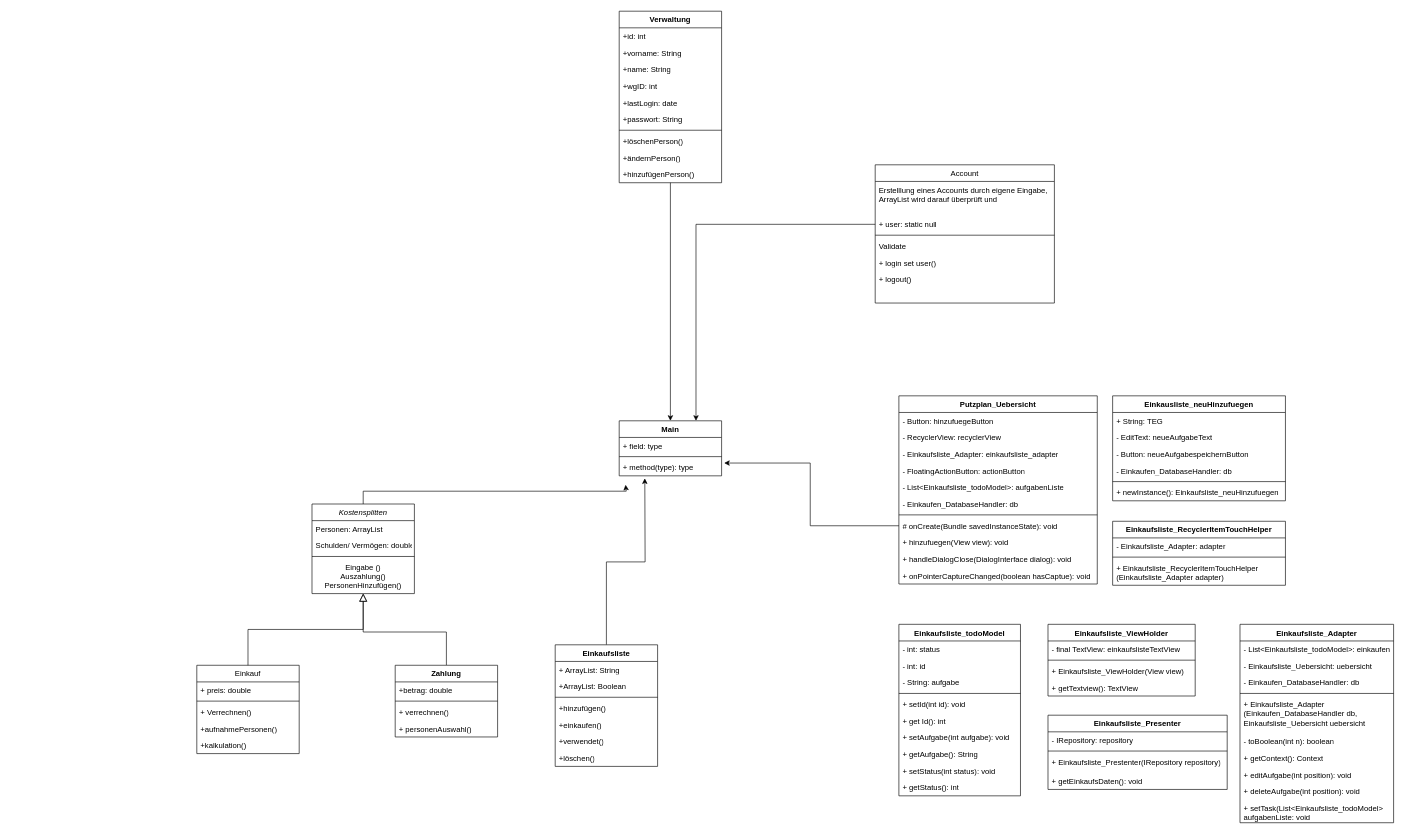
The draw.io diagram Unbenanntes Diagramm.drawio in franzi17/Systemanalyse, before the edit. Source tidied: cells renumbered, new cells numbered last; positions are measured from the earlier drawing's top-left corner, leaving out a move shared by most shapes. Both pictures are drawn from the tidied source at 64%, with x=0, y=0 at pixel (196, 11).
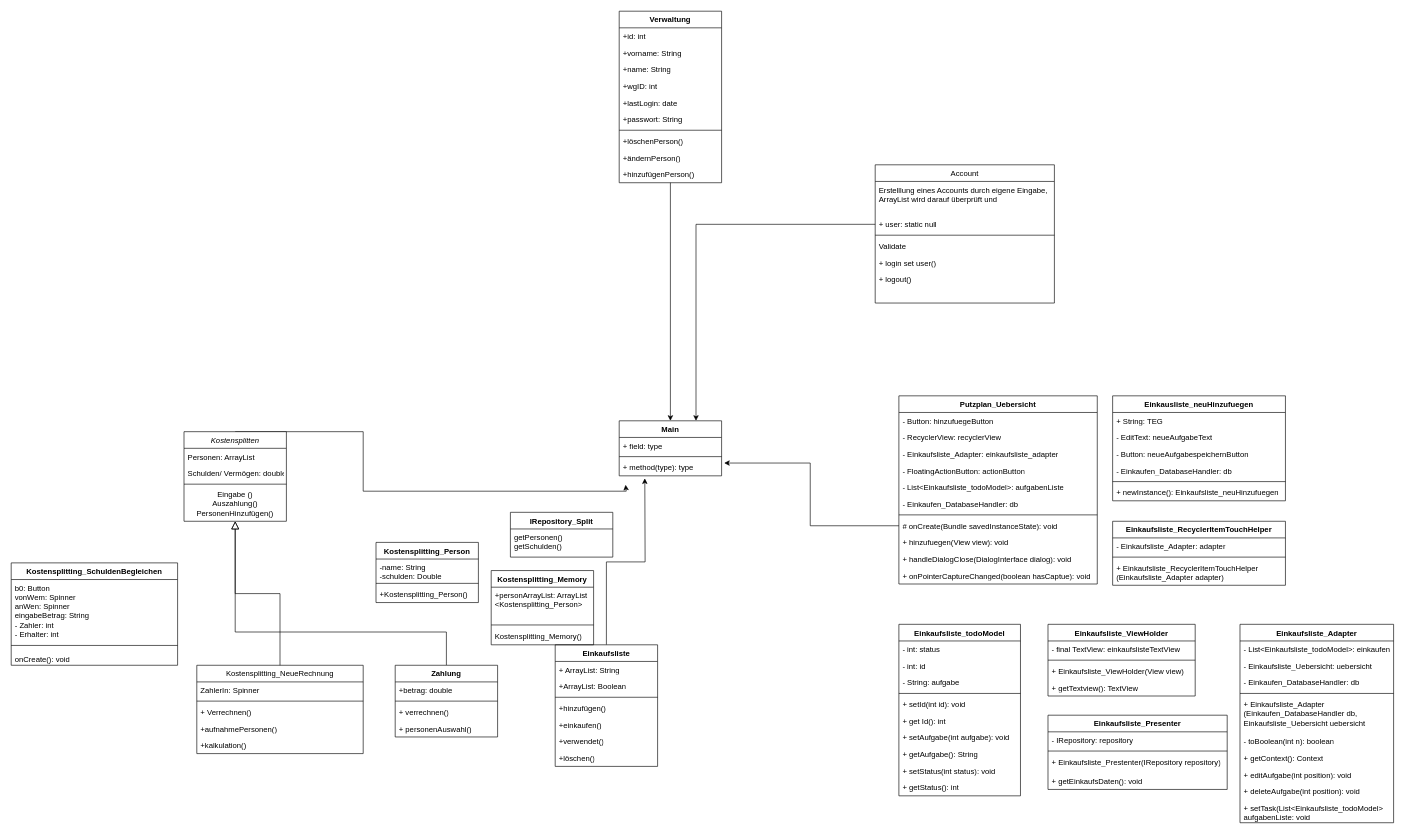
After the change.

Commit message:
Klassen vom Kostensplitting eingefügt

Diff of the diagram source:
```diff
@@
     <mxCell id="3" value="Kostensplitten" style="swimlane;fontStyle=2;align=center;verticalAlign=top;horizontal=1;startSize=26;rounded=0;shadow=0;strokeWidth=1;" parent="1" vertex="1">
-      <mxGeometry x="180" y="770" width="160" height="140" as="geometry" />
+      <mxGeometry x="-20" y="657" width="160" height="140" as="geometry" />
     </mxCell>
@@
-    <mxCell id="8" value="Einkauf" style="swimlane;fontStyle=0;align=center;verticalAlign=top;horizontal=1;startSize=26;rounded=0;shadow=0;strokeWidth=1;" parent="1" vertex="1">
-      <mxGeometry y="1022" width="160" height="138" as="geometry" />
+    <mxCell id="8" value="Kostensplitting_NeueRechnung" style="swimlane;fontStyle=0;align=center;verticalAlign=top;horizontal=1;startSize=26;rounded=0;shadow=0;strokeWidth=1;" parent="1" vertex="1">
+      <mxGeometry y="1022" width="260" height="138" as="geometry" />
     </mxCell>
-    <mxCell id="9" value="+ preis: double" style="text;align=left;verticalAlign=top;spacingLeft=4;spacingRight=4;overflow=hidden;" parent="8" vertex="1">
-      <mxGeometry y="26" width="160" height="26" as="geometry" />
+    <mxCell id="9" value="ZahlerIn: Spinner&#10;" style="text;align=left;verticalAlign=top;spacingLeft=4;spacingRight=4;overflow=hidden;" parent="8" vertex="1">
+      <mxGeometry y="26" width="260" height="26" as="geometry" />
     </mxCell>
     <mxCell id="10" style="line;html=1;strokeWidth=1;align=left;verticalAlign=middle;spacingTop=-1;spacingLeft=3;spacingRight=3;labelPosition=right;" parent="8" vertex="1">
-      <mxGeometry y="52" width="160" height="8" as="geometry" />
+      <mxGeometry y="52" width="260" height="8" as="geometry" />
     </mxCell>
     <mxCell id="11" value="+ Verrechnen()" style="text;strokeColor=none;fillColor=none;align=left;verticalAlign=top;spacingLeft=4;spacingRight=4;overflow=hidden;whiteSpace=wrap;html=1;" parent="8" vertex="1">
-      <mxGeometry y="60" width="160" height="26" as="geometry" />
+      <mxGeometry y="60" width="260" height="26" as="geometry" />
     </mxCell>
     <mxCell id="12" value="+aufnahmePersonen()" style="text;strokeColor=none;fillColor=none;align=left;verticalAlign=top;spacingLeft=4;spacingRight=4;overflow=hidden;whiteSpace=wrap;html=1;" parent="8" vertex="1">
-      <mxGeometry y="86" width="160" height="26" as="geometry" />
+      <mxGeometry y="86" width="260" height="26" as="geometry" />
     </mxCell>
     <mxCell id="13" value="+kalkulation()" style="text;strokeColor=none;fillColor=none;align=left;verticalAlign=top;spacingLeft=4;spacingRight=4;overflow=hidden;whiteSpace=wrap;html=1;" parent="8" vertex="1">
-      <mxGeometry y="112" width="160" height="26" as="geometry" />
+      <mxGeometry y="112" width="260" height="26" as="geometry" />
     </mxCell>
@@
+    <mxCell id="110" value="Kostensplitting_Person" style="swimlane;fontStyle=1;align=center;verticalAlign=top;horizontal=1;startSize=26;whiteSpace=wrap;html=1;" parent="1" vertex="1">
+      <mxGeometry x="280" y="830" width="160" height="94" as="geometry" />
+    </mxCell>
+    <mxCell id="111" value="-name: String&lt;div&gt;-schulden: Double&amp;nbsp;&lt;/div&gt;" style="text;strokeColor=none;fillColor=none;align=left;verticalAlign=top;spacingLeft=4;spacingRight=4;overflow=hidden;whiteSpace=wrap;html=1;" parent="110" vertex="1">
+      <mxGeometry y="26" width="160" height="34" as="geometry" />
+    </mxCell>
+    <mxCell id="112" style="line;strokeWidth=1;fillColor=none;align=left;verticalAlign=middle;spacingTop=-1;spacingLeft=3;spacingRight=3;labelPosition=right;strokeColor=inherit;" parent="110" vertex="1">
+      <mxGeometry y="60" width="160" height="8" as="geometry" />
+    </mxCell>
+    <mxCell id="113" value="+Kostensplitting_Person()" style="text;strokeColor=none;fillColor=none;align=left;verticalAlign=top;spacingLeft=4;spacingRight=4;overflow=hidden;whiteSpace=wrap;html=1;" parent="110" vertex="1">
+      <mxGeometry y="68" width="160" height="26" as="geometry" />
+    </mxCell>
+    <mxCell id="114" value="IRepository_Split" style="swimlane;fontStyle=1;align=center;verticalAlign=top;horizontal=1;startSize=26;whiteSpace=wrap;html=1;" parent="1" vertex="1">
+      <mxGeometry x="490" y="783" width="160" height="70" as="geometry" />
+    </mxCell>
+    <mxCell id="115" value="getPersonen()&lt;div&gt;getSchulden()&lt;/div&gt;" style="text;strokeColor=none;fillColor=none;align=left;verticalAlign=top;spacingLeft=4;spacingRight=4;overflow=hidden;whiteSpace=wrap;html=1;" parent="114" vertex="1">
+      <mxGeometry y="26" width="160" height="44" as="geometry" />
+    </mxCell>
+    <mxCell id="116" value="Kostensplitting_Memory" style="swimlane;fontStyle=1;align=center;verticalAlign=top;horizontal=1;startSize=26;whiteSpace=wrap;html=1;" parent="1" vertex="1">
+      <mxGeometry x="460" y="874" width="160" height="116" as="geometry" />
+    </mxCell>
+    <mxCell id="117" value="+personArrayList: ArrayList &amp;lt;Kostensplitting_Person&amp;gt;" style="text;strokeColor=none;fillColor=none;align=left;verticalAlign=top;spacingLeft=4;spacingRight=4;overflow=hidden;whiteSpace=wrap;html=1;" parent="116" vertex="1">
+      <mxGeometry y="26" width="160" height="54" as="geometry" />
+    </mxCell>
+    <mxCell id="118" style="line;strokeWidth=1;fillColor=none;align=left;verticalAlign=middle;spacingTop=-1;spacingLeft=3;spacingRight=3;labelPosition=right;strokeColor=inherit;" parent="116" vertex="1">
+      <mxGeometry y="80" width="160" height="10" as="geometry" />
+    </mxCell>
+    <mxCell id="119" value="Kostensplitting_Memory()" style="text;strokeColor=none;fillColor=none;align=left;verticalAlign=top;spacingLeft=4;spacingRight=4;overflow=hidden;whiteSpace=wrap;html=1;" parent="116" vertex="1">
+      <mxGeometry y="90" width="160" height="26" as="geometry" />
+    </mxCell>
+    <mxCell id="120" value="Kostensplitting_SchuldenBegleichen" style="swimlane;fontStyle=1;align=center;verticalAlign=top;horizontal=1;startSize=26;whiteSpace=wrap;html=1;" parent="1" vertex="1">
+      <mxGeometry x="-290" y="862" width="260" height="160" as="geometry" />
+    </mxCell>
+    <mxCell id="121" value="b0: Button&lt;div&gt;vonWem: Spinner&lt;/div&gt;&lt;div&gt;anWen: Spinner&lt;/div&gt;&lt;div&gt;eingabeBetrag: String&lt;/div&gt;&lt;div&gt;- Zahler: int&lt;/div&gt;&lt;div&gt;- Erhalter: int&lt;/div&gt;" style="text;strokeColor=none;fillColor=none;align=left;verticalAlign=top;spacingLeft=4;spacingRight=4;overflow=hidden;whiteSpace=wrap;html=1;" parent="120" vertex="1">
+      <mxGeometry y="26" width="260" height="94" as="geometry" />
+    </mxCell>
+    <mxCell id="122" style="line;strokeWidth=1;fillColor=none;align=left;verticalAlign=middle;spacingTop=-1;spacingLeft=3;spacingRight=3;labelPosition=right;strokeColor=inherit;" parent="120" vertex="1">
+      <mxGeometry y="120" width="260" height="18" as="geometry" />
+    </mxCell>
+    <mxCell id="123" value="onCreate(): void&lt;div&gt;&lt;br&gt;&lt;/div&gt;" style="text;strokeColor=none;fillColor=none;align=left;verticalAlign=top;spacingLeft=4;spacingRight=4;overflow=hidden;whiteSpace=wrap;html=1;" parent="120" vertex="1">
+      <mxGeometry y="138" width="260" height="22" as="geometry" />
+    </mxCell>
```
